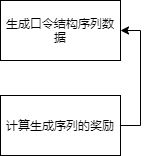
Before: seqgan-gen.drawio.png, a diagram exported from draw.io (lakomi/pictures). Source tidied: cells renumbered, new cells last; positions are measured from the earlier drawing's top-left corner, leaving out a move shared by most shapes. Its diagram source:
```xml
<mxGraphModel>
  <root>
    <mxCell id="0" />
    <mxCell id="1" parent="0" />
    <mxCell id="2" value="生成口令结构序列数据" style="rounded=0;whiteSpace=wrap;html=1;" parent="1" vertex="1">
      <mxGeometry width="120" height="60" as="geometry" />
    </mxCell>
    <mxCell id="3" style="edgeStyle=orthogonalEdgeStyle;rounded=0;jettySize=auto;html=1;exitX=1;exitY=0.5;exitDx=0;exitDy=0;entryX=1;entryY=0.5;entryDx=0;entryDy=0;" parent="1" edge="1" source="4" target="2">
      <mxGeometry relative="1" as="geometry" />
    </mxCell>
    <mxCell id="4" value="计算生成序列的奖励" style="rounded=0;whiteSpace=wrap;html=1;" parent="1" vertex="1">
      <mxGeometry y="95" width="120" height="60" as="geometry" />
    </mxCell>
  </root>
</mxGraphModel>
```
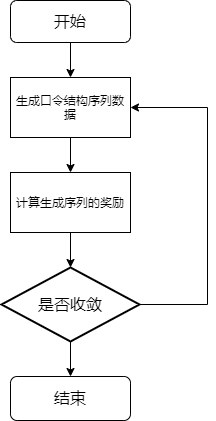
After the change.

Change to the diagram source:
```diff
@@ -2,14 +2,40 @@
   <root>
     <mxCell id="0" />
     <mxCell id="1" parent="0" />
+    <mxCell id="5" style="edgeStyle=orthogonalEdgeStyle;rounded=0;jettySize=auto;html=1;exitX=0.5;exitY=1;exitDx=0;exitDy=0;" parent="1" edge="1" source="2" target="4">
+      <mxGeometry relative="1" as="geometry" />
+    </mxCell>
     <mxCell id="2" value="生成口令结构序列数据" style="rounded=0;whiteSpace=wrap;html=1;" parent="1" vertex="1">
       <mxGeometry width="120" height="60" as="geometry" />
     </mxCell>
-    <mxCell id="3" style="edgeStyle=orthogonalEdgeStyle;rounded=0;jettySize=auto;html=1;exitX=1;exitY=0.5;exitDx=0;exitDy=0;entryX=1;entryY=0.5;entryDx=0;entryDy=0;" parent="1" edge="1" source="4" target="2">
-      <mxGeometry relative="1" as="geometry" />
-    </mxCell>
+    <mxCell id="6" style="edgeStyle=orthogonalEdgeStyle;rounded=0;jettySize=auto;html=1;exitX=0.5;exitY=1;exitDx=0;exitDy=0;entryX=0.5;entryY=0;entryDx=0;entryDy=0;entryPerimeter=0;" parent="1" edge="1" source="4" target="11">
+      <mxGeometry relative="1" as="geometry" />
+    </mxCell>
     <mxCell id="4" value="计算生成序列的奖励" style="rounded=0;whiteSpace=wrap;html=1;" parent="1" vertex="1">
       <mxGeometry y="95" width="120" height="60" as="geometry" />
     </mxCell>
+    <mxCell id="7" style="edgeStyle=orthogonalEdgeStyle;rounded=0;jettySize=auto;html=1;exitX=0.5;exitY=1;exitDx=0;exitDy=0;" parent="1" edge="1" source="8" target="2">
+      <mxGeometry relative="1" as="geometry" />
+    </mxCell>
+    <mxCell id="8" value="开始" style="rounded=1;whiteSpace=wrap;html=1;fontSize=16;" parent="1" vertex="1">
+      <mxGeometry y="-77" width="120" height="42" as="geometry" />
+    </mxCell>
+    <mxCell id="9" style="edgeStyle=orthogonalEdgeStyle;rounded=0;jettySize=auto;html=1;exitX=0.5;exitY=1;exitDx=0;exitDy=0;exitPerimeter=0;" parent="1" edge="1" source="11" target="12">
+      <mxGeometry relative="1" as="geometry" />
+    </mxCell>
+    <mxCell id="10" style="edgeStyle=orthogonalEdgeStyle;rounded=0;jettySize=auto;html=1;exitX=1;exitY=0.5;exitDx=0;exitDy=0;exitPerimeter=0;entryX=1;entryY=0.5;entryDx=0;entryDy=0;" parent="1" edge="1" source="11" target="2">
+      <mxGeometry relative="1" as="geometry">
+        <Array as="points">
+          <mxPoint x="197" y="227" />
+          <mxPoint x="197" y="30" />
+        </Array>
+      </mxGeometry>
+    </mxCell>
+    <mxCell id="11" value="是否收敛" style="strokeWidth=2;html=1;shape=mxgraph.flowchart.decision;whiteSpace=wrap;fontSize=16;" parent="1" vertex="1">
+      <mxGeometry x="-9" y="190" width="138" height="74" as="geometry" />
+    </mxCell>
+    <mxCell id="12" value="结束" style="rounded=1;whiteSpace=wrap;html=1;fontSize=16;" parent="1" vertex="1">
+      <mxGeometry y="299" width="120" height="44" as="geometry" />
+    </mxCell>
   </root>
 </mxGraphModel>
```
